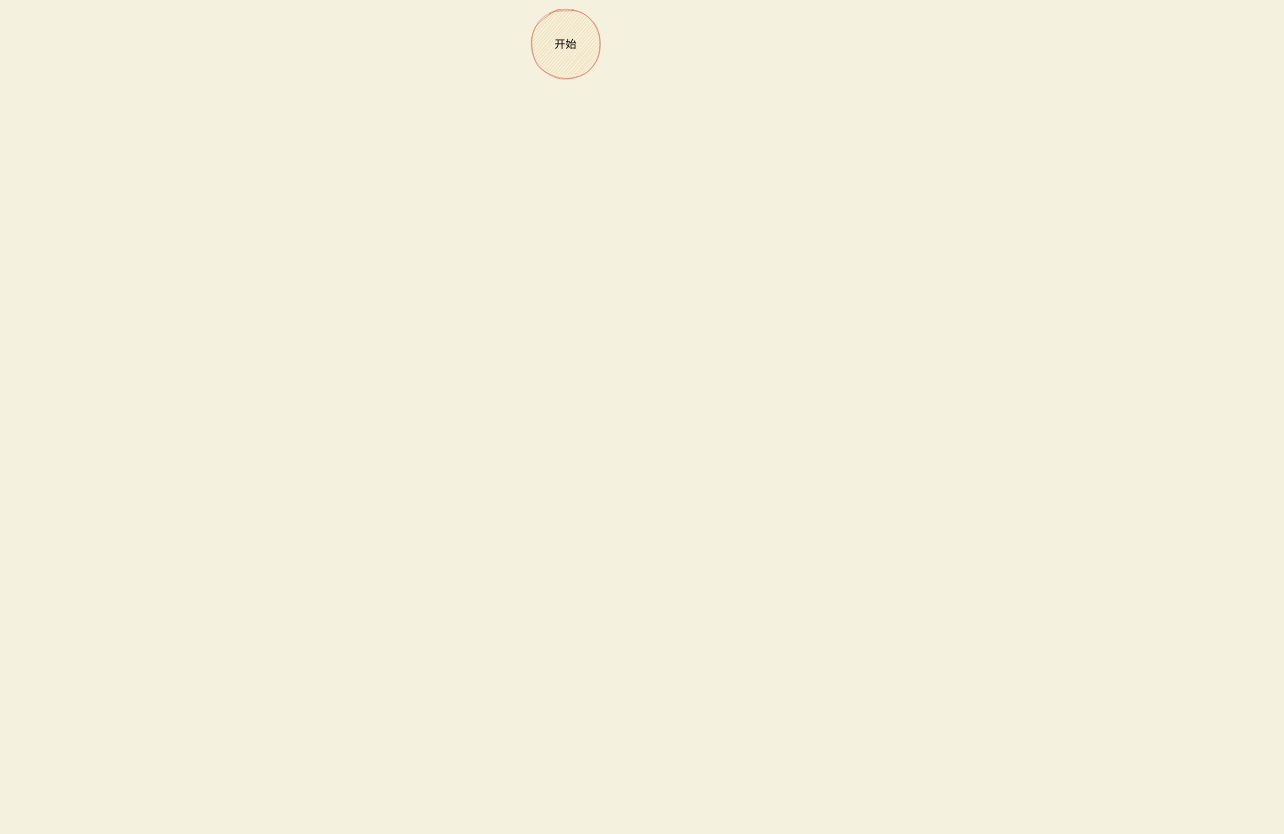
This is page "fullAddCount-简易流程" (2 of 3) of thread/ConcurrentHashMap-简易图.drawio from mydlxy/draw, a draw.io file, before an edit. Source tidied: cells renumbered, new cells numbered last; positions are measured from the earlier drawing's top-left corner, leaving out a move shared by most shapes. Both pictures are drawn from the tidied source at 61%, with x=0, y=0 at pixel (529, 10).
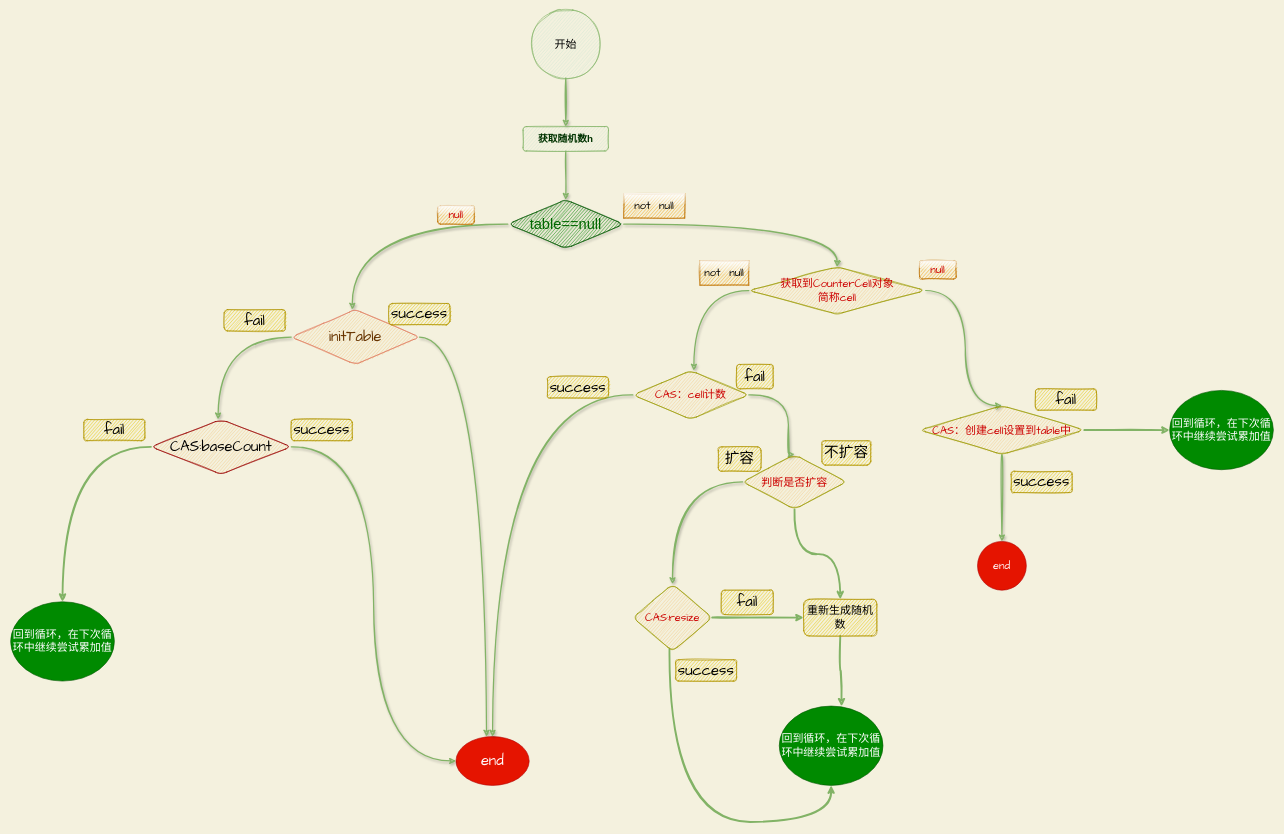
Above is the later version.

Commit message:
更新ConcurrentHashMap-简易图.drawio

Change to the diagram source:
```diff
@@
+    <mxCell id="3" style="edgeStyle=orthogonalEdgeStyle;curved=1;rounded=1;sketch=1;jettySize=auto;html=1;fontColor=none;strokeColor=#82B366;strokeWidth=2;fillColor=#d5e8d4;shadow=1;" parent="1" edge="1" source="2">
+      <mxGeometry relative="1" as="geometry">
+        <mxPoint x="60" y="190" as="targetPoint" />
+      </mxGeometry>
+    </mxCell>
-    <mxCell id="2" value="&lt;font color=&quot;#000000&quot;&gt;开始&lt;/font&gt;" style="ellipse;whiteSpace=wrap;html=1;rounded=1;shadow=0;glass=1;sketch=1;fontFamily=Comic Sans MS;fontSize=18;fontColor=#393C56;strokeColor=#E07A5F;fillColor=#F2CC8F;" parent="1" vertex="1">
+    <mxCell id="2" value="&lt;font color=&quot;#000000&quot;&gt;开始&lt;/font&gt;" style="ellipse;whiteSpace=wrap;html=1;rounded=1;shadow=0;glass=1;sketch=1;fontFamily=Comic Sans MS;fontSize=18;strokeColor=#82b366;fillColor=#d5e8d4;" parent="1" vertex="1">
       <mxGeometry width="120" height="110" as="geometry" />
     </mxCell>
+    <mxCell id="4" style="edgeStyle=orthogonalEdgeStyle;curved=1;rounded=1;sketch=1;jettySize=auto;html=1;shadow=1;fontSize=16;fontColor=#003300;strokeColor=#82B366;strokeWidth=2;fillColor=#F2CC8F;" parent="1" edge="1" source="5">
+      <mxGeometry relative="1" as="geometry">
+        <mxPoint x="60" y="310" as="targetPoint" />
+      </mxGeometry>
+    </mxCell>
+    <mxCell id="5" value="&lt;b style=&quot;font-size: 16px;&quot;&gt;&lt;font style=&quot;font-size: 16px;&quot;&gt;获取随机数h&lt;/font&gt;&lt;/b&gt;" style="rounded=1;whiteSpace=wrap;html=1;labelBackgroundColor=none;labelBorderColor=none;sketch=1;strokeColor=#82b366;fillColor=#d5e8d4;shadow=0;fontSize=16;fontColor=#003300;" parent="1" vertex="1">
+      <mxGeometry x="-10" y="190" width="140" height="40" as="geometry" />
+    </mxCell>
+    <mxCell id="6" style="edgeStyle=orthogonalEdgeStyle;curved=1;rounded=1;sketch=1;jettySize=auto;html=1;shadow=1;fontSize=16;fontColor=#006600;strokeColor=#82B366;strokeWidth=2;fillColor=#F2CC8F;" parent="1" edge="1" source="8">
+      <mxGeometry relative="1" as="geometry">
+        <mxPoint x="-290" y="490" as="targetPoint" />
+      </mxGeometry>
+    </mxCell>
+    <mxCell id="7" style="edgeStyle=orthogonalEdgeStyle;curved=1;rounded=1;sketch=1;jettySize=auto;html=1;shadow=1;fontFamily=Comic Sans MS;fontSize=18;fontColor=#CC0000;strokeColor=#82B366;strokeWidth=2;fillColor=#F2CC8F;entryX=0.5;entryY=0;entryDx=0;entryDy=0;" parent="1" edge="1" source="8" target="23">
+      <mxGeometry relative="1" as="geometry" />
+    </mxCell>
+    <mxCell id="8" value="&lt;font color=&quot;#006600&quot;&gt;table==null&lt;/font&gt;" style="rhombus;whiteSpace=wrap;html=1;rounded=1;shadow=1;sketch=1;fontSize=24;fontColor=#ffffff;fillColor=#008a00;strokeColor=#005700;labelBackgroundColor=none;labelBorderColor=none;" parent="1" vertex="1">
+      <mxGeometry x="-35" y="310" width="190" height="80" as="geometry" />
+    </mxCell>
+    <mxCell id="9" style="edgeStyle=orthogonalEdgeStyle;curved=1;rounded=1;sketch=1;jettySize=auto;html=1;shadow=1;fontFamily=Comic Sans MS;fontSize=24;fontColor=#663300;strokeColor=#82B366;strokeWidth=2;fillColor=#F2CC8F;" parent="1" edge="1" source="11">
+      <mxGeometry relative="1" as="geometry">
+        <mxPoint x="-510" y="670" as="targetPoint" />
+      </mxGeometry>
+    </mxCell>
+    <mxCell id="10" style="edgeStyle=orthogonalEdgeStyle;curved=1;rounded=1;sketch=1;jettySize=auto;html=1;shadow=1;fontFamily=Comic Sans MS;fontSize=24;fontColor=#663300;strokeColor=#82B366;strokeWidth=2;fillColor=#F2CC8F;entryX=0.417;entryY=0;entryDx=0;entryDy=0;entryPerimeter=0;" parent="1" edge="1" source="11" target="14">
+      <mxGeometry relative="1" as="geometry" />
+    </mxCell>
+    <mxCell id="11" value="initTable" style="rhombus;whiteSpace=wrap;html=1;rounded=1;shadow=0;labelBackgroundColor=none;labelBorderColor=none;sketch=1;fontFamily=Comic Sans MS;fontSize=24;fontColor=#663300;strokeColor=#E07A5F;fillColor=#F2CC8F;" parent="1" vertex="1">
+      <mxGeometry x="-390" y="490" width="210" height="90" as="geometry" />
+    </mxCell>
+    <mxCell id="12" value="fail" style="text;html=1;strokeColor=#B09500;fillColor=#e3c800;align=center;verticalAlign=middle;whiteSpace=wrap;rounded=1;shadow=0;labelBackgroundColor=none;labelBorderColor=none;sketch=1;fontFamily=Comic Sans MS;fontSize=24;glass=0;fontColor=default;" parent="1" vertex="1">
+      <mxGeometry x="-500" y="490" width="100" height="35" as="geometry" />
+    </mxCell>
+    <mxCell id="13" value="success" style="text;html=1;strokeColor=#B09500;fillColor=#e3c800;align=center;verticalAlign=middle;whiteSpace=wrap;rounded=1;shadow=0;labelBackgroundColor=none;labelBorderColor=none;sketch=1;fontFamily=Comic Sans MS;fontSize=24;glass=0;fontColor=#000000;" parent="1" vertex="1">
+      <mxGeometry x="-230" y="480" width="100" height="35" as="geometry" />
+    </mxCell>
+    <mxCell id="14" value="end" style="ellipse;whiteSpace=wrap;html=1;rounded=1;shadow=0;glass=0;labelBackgroundColor=none;labelBorderColor=none;sketch=0;fontFamily=Comic Sans MS;fontSize=24;strokeColor=#B20000;fillColor=#e51400;fontColor=#ffffff;" parent="1" vertex="1">
+      <mxGeometry x="-120" y="1190" width="120" height="80" as="geometry" />
+    </mxCell>
+    <mxCell id="15" style="edgeStyle=orthogonalEdgeStyle;curved=1;rounded=1;sketch=1;jettySize=auto;html=1;entryX=0;entryY=0.5;entryDx=0;entryDy=0;shadow=1;fontFamily=Comic Sans MS;fontSize=24;fontColor=default;strokeColor=#82B366;strokeWidth=2;fillColor=#F2CC8F;" parent="1" edge="1" source="17" target="14">
+      <mxGeometry relative="1" as="geometry" />
+    </mxCell>
+    <mxCell id="16" style="edgeStyle=orthogonalEdgeStyle;curved=1;rounded=1;sketch=1;jettySize=auto;html=1;entryX=0.5;entryY=0;entryDx=0;entryDy=0;fontFamily=Comic Sans MS;fontSize=18;fontColor=#393C56;strokeColor=#82B366;strokeWidth=3;fillColor=#F2CC8F;" parent="1" edge="1" source="17" target="52">
+      <mxGeometry relative="1" as="geometry" />
+    </mxCell>
+    <mxCell id="17" value="CAS:baseCount" style="rhombus;whiteSpace=wrap;html=1;rounded=1;shadow=0;glass=0;labelBackgroundColor=none;labelBorderColor=none;sketch=1;fontFamily=Comic Sans MS;fontSize=24;strokeColor=#990000;fillColor=#F2CC8F;" parent="1" vertex="1">
+      <mxGeometry x="-620" y="670" width="230" height="90" as="geometry" />
+    </mxCell>
+    <mxCell id="18" value="success" style="text;html=1;strokeColor=#B09500;fillColor=#e3c800;align=center;verticalAlign=middle;whiteSpace=wrap;rounded=1;shadow=0;labelBackgroundColor=none;labelBorderColor=none;sketch=1;fontFamily=Comic Sans MS;fontSize=24;glass=0;fontColor=#000000;" parent="1" vertex="1">
+      <mxGeometry x="-390" y="670" width="100" height="35" as="geometry" />
+    </mxCell>
+    <mxCell id="19" value="fail" style="text;html=1;strokeColor=#B09500;fillColor=#e3c800;align=center;verticalAlign=middle;whiteSpace=wrap;rounded=1;shadow=0;labelBackgroundColor=none;labelBorderColor=none;sketch=1;fontFamily=Comic Sans MS;fontSize=24;glass=0;fontColor=default;" parent="1" vertex="1">
+      <mxGeometry x="-730" y="670" width="100" height="35" as="geometry" />
+    </mxCell>
+    <mxCell id="20" value="&lt;font color=&quot;#cc0000&quot;&gt;null&lt;/font&gt;" style="text;html=1;strokeColor=#BD7000;fillColor=#f0a30a;align=center;verticalAlign=middle;whiteSpace=wrap;rounded=1;shadow=0;glass=1;labelBackgroundColor=none;labelBorderColor=none;sketch=1;fontFamily=Comic Sans MS;fontSize=18;fontColor=#000000;" parent="1" vertex="1">
+      <mxGeometry x="-150" y="320" width="60" height="30" as="geometry" />
+    </mxCell>
+    <mxCell id="21" style="edgeStyle=orthogonalEdgeStyle;curved=1;rounded=1;sketch=1;jettySize=auto;html=1;shadow=1;fontFamily=Comic Sans MS;fontSize=18;fontColor=#CC0000;strokeColor=#82B366;strokeWidth=2;fillColor=#F2CC8F;" parent="1" edge="1" source="23">
+      <mxGeometry relative="1" as="geometry">
+        <mxPoint x="270" y="590" as="targetPoint" />
+      </mxGeometry>
+    </mxCell>
+    <mxCell id="22" style="edgeStyle=orthogonalEdgeStyle;curved=1;rounded=1;sketch=1;jettySize=auto;html=1;shadow=1;fontFamily=Comic Sans MS;fontSize=18;fontColor=#CC0000;strokeColor=#82B366;strokeWidth=2;fillColor=#F2CC8F;entryX=0.5;entryY=0;entryDx=0;entryDy=0;exitX=1;exitY=0.5;exitDx=0;exitDy=0;" parent="1" edge="1" source="23" target="33">
+      <mxGeometry relative="1" as="geometry">
+        <Array as="points">
+          <mxPoint x="715" y="459" />
+        </Array>
+      </mxGeometry>
+    </mxCell>
+    <mxCell id="23" value="获取到CounterCell对象&lt;br&gt;简称cell" style="rhombus;whiteSpace=wrap;html=1;rounded=1;shadow=0;glass=1;labelBackgroundColor=none;labelBorderColor=none;sketch=1;fontFamily=Comic Sans MS;fontSize=18;fontColor=#CC0000;strokeColor=#999900;fillColor=#F2CC8F;" parent="1" vertex="1">
+      <mxGeometry x="360" y="420" width="290" height="77.5" as="geometry" />
+    </mxCell>
+    <mxCell id="24" value="not&amp;nbsp; null" style="text;html=1;strokeColor=#BD7000;fillColor=#f0a30a;align=center;verticalAlign=middle;whiteSpace=wrap;rounded=0;shadow=0;glass=1;labelBackgroundColor=none;labelBorderColor=none;sketch=1;fontFamily=Comic Sans MS;fontSize=18;fontColor=#000000;" parent="1" vertex="1">
+      <mxGeometry x="280" y="410" width="80" height="40" as="geometry" />
+    </mxCell>
+    <mxCell id="25" style="edgeStyle=orthogonalEdgeStyle;curved=1;rounded=1;sketch=1;jettySize=auto;html=1;shadow=1;fontFamily=Comic Sans MS;fontSize=18;fontColor=#CC0000;strokeColor=#82B366;strokeWidth=2;fillColor=#F2CC8F;" parent="1" edge="1" source="27" target="14">
+      <mxGeometry relative="1" as="geometry" />
+    </mxCell>
+    <mxCell id="26" style="edgeStyle=orthogonalEdgeStyle;curved=1;rounded=1;sketch=1;jettySize=auto;html=1;shadow=1;fontFamily=Comic Sans MS;fontSize=18;fontColor=#CC0000;strokeColor=#82B366;strokeWidth=2;fillColor=#F2CC8F;entryX=0.5;entryY=0;entryDx=0;entryDy=0;" parent="1" edge="1" source="27" target="38">
+      <mxGeometry relative="1" as="geometry">
+        <Array as="points">
+          <mxPoint x="425" y="630" />
+        </Array>
+      </mxGeometry>
+    </mxCell>
+    <mxCell id="27" value="CAS：cell计数" style="rhombus;whiteSpace=wrap;html=1;rounded=1;shadow=0;glass=1;labelBackgroundColor=none;labelBorderColor=none;sketch=1;fontFamily=Comic Sans MS;fontSize=18;fontColor=#CC0000;strokeColor=#999900;fillColor=#F2CC8F;" parent="1" vertex="1">
+      <mxGeometry x="170" y="590" width="190" height="80" as="geometry" />
+    </mxCell>
+    <mxCell id="28" value="fail" style="text;html=1;strokeColor=#B09500;fillColor=#e3c800;align=center;verticalAlign=middle;whiteSpace=wrap;rounded=1;shadow=0;labelBackgroundColor=none;labelBorderColor=none;sketch=1;fontFamily=Comic Sans MS;fontSize=24;glass=0;fontColor=#000000;" parent="1" vertex="1">
+      <mxGeometry x="830" y="620" width="100" height="35" as="geometry" />
+    </mxCell>
+    <mxCell id="29" value="not&amp;nbsp; null" style="text;html=1;strokeColor=#BD7000;fillColor=#f0a30a;align=center;verticalAlign=middle;whiteSpace=wrap;rounded=0;shadow=0;glass=1;labelBackgroundColor=none;labelBorderColor=none;sketch=1;fontFamily=Comic Sans MS;fontSize=18;fontColor=#000000;" parent="1" vertex="1">
+      <mxGeometry x="155" y="300" width="100" height="40" as="geometry" />
+    </mxCell>
+    <mxCell id="30" value="&lt;font color=&quot;#cc0000&quot;&gt;null&lt;/font&gt;" style="text;html=1;strokeColor=#BD7000;fillColor=#f0a30a;align=center;verticalAlign=middle;whiteSpace=wrap;rounded=1;shadow=0;glass=1;labelBackgroundColor=none;labelBorderColor=none;sketch=1;fontFamily=Comic Sans MS;fontSize=18;fontColor=#000000;" parent="1" vertex="1">
+      <mxGeometry x="640" y="410" width="60" height="30" as="geometry" />
+    </mxCell>
+    <mxCell id="31" style="edgeStyle=orthogonalEdgeStyle;curved=1;rounded=1;sketch=1;jettySize=auto;html=1;shadow=1;fontFamily=Comic Sans MS;fontSize=18;fontColor=#CC0000;strokeColor=#82B366;strokeWidth=2;fillColor=#F2CC8F;entryX=0.5;entryY=0;entryDx=0;entryDy=0;" parent="1" edge="1" source="33" target="49">
+      <mxGeometry relative="1" as="geometry" />
+    </mxCell>
+    <mxCell id="32" style="edgeStyle=orthogonalEdgeStyle;curved=1;rounded=1;sketch=1;jettySize=auto;html=1;entryX=0;entryY=0.5;entryDx=0;entryDy=0;fontFamily=Comic Sans MS;fontSize=18;fontColor=#393C56;strokeColor=#82B366;strokeWidth=3;fillColor=#F2CC8F;" parent="1" edge="1" source="33" target="51">
+      <mxGeometry relative="1" as="geometry" />
+    </mxCell>
+    <mxCell id="33" value="CAS：创建cell设置到table中" style="rhombus;whiteSpace=wrap;html=1;rounded=1;shadow=0;glass=1;labelBackgroundColor=none;labelBorderColor=none;sketch=1;fontFamily=Comic Sans MS;fontSize=18;fontColor=#CC0000;strokeColor=#999900;fillColor=#F2CC8F;" parent="1" vertex="1">
+      <mxGeometry x="640" y="647.5" width="270" height="80" as="geometry" />
+    </mxCell>
+    <mxCell id="34" value="success" style="text;html=1;strokeColor=#B09500;fillColor=#e3c800;align=center;verticalAlign=middle;whiteSpace=wrap;rounded=1;shadow=0;labelBackgroundColor=none;labelBorderColor=none;sketch=1;fontFamily=Comic Sans MS;fontSize=24;glass=0;fontColor=#000000;" parent="1" vertex="1">
+      <mxGeometry x="240" y="1064" width="100" height="35" as="geometry" />
+    </mxCell>
+    <mxCell id="35" value="fail" style="text;html=1;strokeColor=#B09500;fillColor=#e3c800;align=center;verticalAlign=middle;whiteSpace=wrap;rounded=1;shadow=0;labelBackgroundColor=none;labelBorderColor=none;sketch=1;fontFamily=Comic Sans MS;fontSize=24;glass=0;fontColor=#000000;" parent="1" vertex="1">
+      <mxGeometry x="340" y="580" width="60" height="40" as="geometry" />
+    </mxCell>
+    <mxCell id="36" style="edgeStyle=orthogonalEdgeStyle;curved=1;rounded=1;sketch=1;jettySize=auto;html=1;shadow=1;fontFamily=Comic Sans MS;fontSize=18;fontColor=#CC0000;strokeColor=#82B366;strokeWidth=2;fillColor=#F2CC8F;entryX=0.5;entryY=0;entryDx=0;entryDy=0;" parent="1" edge="1" source="38" target="44">
+      <mxGeometry relative="1" as="geometry" />
+    </mxCell>
+    <mxCell id="37" style="edgeStyle=orthogonalEdgeStyle;curved=1;rounded=1;sketch=1;jettySize=auto;html=1;entryX=0.5;entryY=0;entryDx=0;entryDy=0;fontFamily=Comic Sans MS;fontSize=18;fontColor=#393C56;strokeColor=#82B366;strokeWidth=3;fillColor=#F2CC8F;" parent="1" edge="1" source="38" target="48">
+      <mxGeometry relative="1" as="geometry">
+        <Array as="points">
+          <mxPoint x="435" y="891" />
+          <mxPoint x="510" y="891" />
+        </Array>
+      </mxGeometry>
+    </mxCell>
+    <mxCell id="38" value="判断是否扩容" style="rhombus;whiteSpace=wrap;html=1;rounded=1;shadow=0;glass=1;labelBackgroundColor=none;labelBorderColor=none;sketch=1;fontFamily=Comic Sans MS;fontSize=18;fontColor=#CC0000;strokeColor=#999900;fillColor=#F2CC8F;" parent="1" vertex="1">
+      <mxGeometry x="350" y="727.5" width="170" height="90" as="geometry" />
+    </mxCell>
+    <mxCell id="39" value="扩容" style="text;html=1;strokeColor=#B09500;fillColor=#e3c800;align=center;verticalAlign=middle;whiteSpace=wrap;rounded=1;shadow=0;labelBackgroundColor=none;labelBorderColor=none;sketch=1;fontFamily=Comic Sans MS;fontSize=24;glass=0;fontColor=#000000;" parent="1" vertex="1">
+      <mxGeometry x="310" y="715" width="70" height="40" as="geometry" />
+    </mxCell>
+    <mxCell id="40" value="不扩容" style="text;html=1;strokeColor=#B09500;fillColor=#e3c800;align=center;verticalAlign=middle;whiteSpace=wrap;rounded=1;shadow=0;labelBackgroundColor=none;labelBorderColor=none;sketch=1;fontFamily=Comic Sans MS;fontSize=24;glass=0;fontColor=#000000;" parent="1" vertex="1">
+      <mxGeometry x="480" y="705" width="80" height="40" as="geometry" />
+    </mxCell>
+    <mxCell id="41" value="回到循环，在下次循环中继续尝试累加值" style="ellipse;whiteSpace=wrap;html=1;rounded=1;shadow=0;glass=1;labelBackgroundColor=none;labelBorderColor=none;sketch=0;fontFamily=Comic Sans MS;fontSize=18;fontColor=#ffffff;strokeColor=#005700;fillColor=#008a00;" parent="1" vertex="1">
+      <mxGeometry x="410" y="1140" width="170" height="130" as="geometry" />
+    </mxCell>
+    <mxCell id="42" style="edgeStyle=orthogonalEdgeStyle;curved=1;rounded=1;sketch=1;jettySize=auto;html=1;entryX=0;entryY=0.5;entryDx=0;entryDy=0;fontFamily=Comic Sans MS;fontSize=18;fontColor=#393C56;strokeColor=#82B366;strokeWidth=3;fillColor=#F2CC8F;" parent="1" edge="1" source="44" target="48">
+      <mxGeometry relative="1" as="geometry" />
+    </mxCell>
+    <mxCell id="43" style="edgeStyle=orthogonalEdgeStyle;curved=1;rounded=1;sketch=1;jettySize=auto;html=1;fontFamily=Comic Sans MS;fontSize=18;fontColor=#393C56;strokeColor=#82B366;strokeWidth=3;fillColor=#F2CC8F;entryX=0.5;entryY=1;entryDx=0;entryDy=0;" parent="1" edge="1" source="44" target="41">
+      <mxGeometry relative="1" as="geometry">
+        <Array as="points">
+          <mxPoint x="230" y="1330" />
+          <mxPoint x="495" y="1330" />
+        </Array>
+      </mxGeometry>
+    </mxCell>
+    <mxCell id="44" value="CAS:resize" style="rhombus;whiteSpace=wrap;html=1;rounded=1;shadow=0;glass=1;labelBackgroundColor=none;labelBorderColor=none;sketch=1;fontFamily=Comic Sans MS;fontSize=18;fontColor=#CC0000;strokeColor=#999900;fillColor=#F2CC8F;" parent="1" vertex="1">
+      <mxGeometry x="170" y="940" width="130" height="110" as="geometry" />
+    </mxCell>
+    <mxCell id="45" value="success" style="text;html=1;strokeColor=#B09500;fillColor=#e3c800;align=center;verticalAlign=middle;whiteSpace=wrap;rounded=1;shadow=0;labelBackgroundColor=none;labelBorderColor=none;sketch=1;fontFamily=Comic Sans MS;fontSize=24;glass=0;fontColor=#000000;" parent="1" vertex="1">
+      <mxGeometry x="790" y="755" width="100" height="35" as="geometry" />
+    </mxCell>
+    <mxCell id="46" value="fail" style="text;html=1;strokeColor=#B09500;fillColor=#e3c800;align=center;verticalAlign=middle;whiteSpace=wrap;rounded=1;shadow=0;labelBackgroundColor=none;labelBorderColor=none;sketch=1;fontFamily=Comic Sans MS;fontSize=24;glass=0;fontColor=#000000;" parent="1" vertex="1">
+      <mxGeometry x="315" y="950" width="85" height="40" as="geometry" />
+    </mxCell>
+    <mxCell id="47" style="edgeStyle=orthogonalEdgeStyle;curved=1;rounded=1;sketch=1;jettySize=auto;html=1;entryX=0.6;entryY=0.004;entryDx=0;entryDy=0;entryPerimeter=0;fontFamily=Comic Sans MS;fontSize=18;fontColor=#393C56;strokeColor=#82B366;strokeWidth=3;fillColor=#F2CC8F;" parent="1" edge="1" source="48" target="41">
+      <mxGeometry relative="1" as="geometry" />
+    </mxCell>
+    <mxCell id="48" value="重新生成随机数" style="rounded=1;whiteSpace=wrap;html=1;shadow=0;glass=0;labelBackgroundColor=none;labelBorderColor=none;sketch=1;fontFamily=Comic Sans MS;fontSize=18;fontColor=#000000;strokeColor=#B09500;fillColor=#e3c800;" parent="1" vertex="1">
+      <mxGeometry x="450" y="965" width="120" height="60" as="geometry" />
+    </mxCell>
+    <mxCell id="49" value="end" style="ellipse;whiteSpace=wrap;html=1;rounded=1;shadow=0;glass=1;labelBackgroundColor=none;labelBorderColor=none;sketch=0;fontFamily=Comic Sans MS;fontSize=18;fontColor=#ffffff;strokeColor=#B20000;fillColor=#e51400;" parent="1" vertex="1">
+      <mxGeometry x="735" y="870" width="80" height="80" as="geometry" />
+    </mxCell>
+    <mxCell id="50" value="success" style="text;html=1;strokeColor=#B09500;fillColor=#e3c800;align=center;verticalAlign=middle;whiteSpace=wrap;rounded=1;shadow=0;labelBackgroundColor=none;labelBorderColor=none;sketch=1;fontFamily=Comic Sans MS;fontSize=24;glass=0;fontColor=#000000;" parent="1" vertex="1">
+      <mxGeometry x="30" y="600" width="100" height="35" as="geometry" />
+    </mxCell>
+    <mxCell id="51" value="回到循环，在下次循环中继续尝试累加值" style="ellipse;whiteSpace=wrap;html=1;rounded=1;shadow=0;glass=1;labelBackgroundColor=none;labelBorderColor=none;sketch=0;fontFamily=Comic Sans MS;fontSize=18;fontColor=#ffffff;strokeColor=#005700;fillColor=#008a00;" parent="1" vertex="1">
+      <mxGeometry x="1050" y="622.5" width="170" height="130" as="geometry" />
+    </mxCell>
+    <mxCell id="52" value="回到循环，在下次循环中继续尝试累加值" style="ellipse;whiteSpace=wrap;html=1;rounded=1;shadow=0;glass=1;labelBackgroundColor=none;labelBorderColor=none;sketch=0;fontFamily=Comic Sans MS;fontSize=18;fontColor=#ffffff;strokeColor=#005700;fillColor=#008a00;" parent="1" vertex="1">
+      <mxGeometry x="-850" y="969" width="170" height="130" as="geometry" />
+    </mxCell>
```
